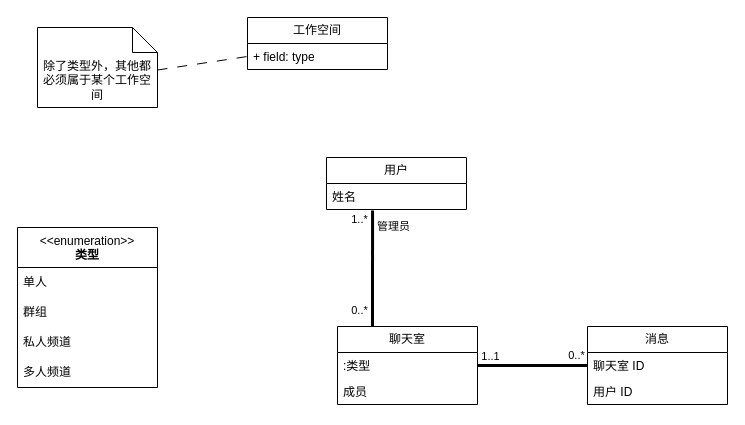
Above: 未命名绘图.drawio in wangxiaochuang/05-chat (draw.io), before the change. Source tidied: cells renumbered, new cells numbered last; positions are measured from the earlier drawing's top-left corner, leaving out a move shared by most shapes. Both pictures are drawn from the tidied source at 100%, with x=0, y=0 at pixel (17, 17).
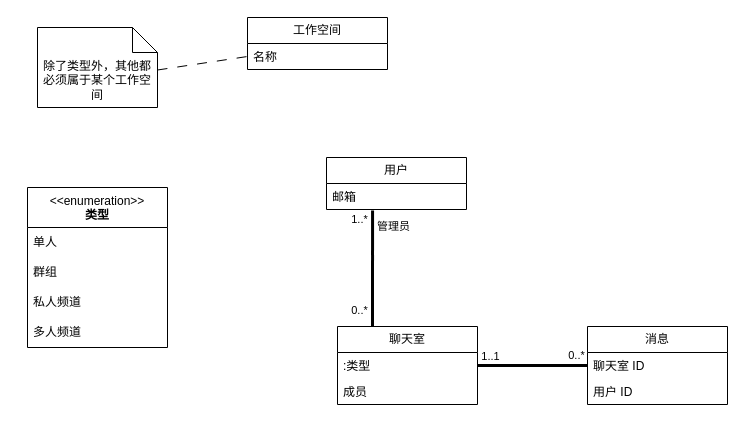
The same page after the edit.

Commit message (it also covers changes not shown here):
更新未命名绘图.drawio

The change refers to these unchanged cells:
```xml
<mxCell id="2" value="工作空间" style="swimlane;fontStyle=0;horizontal=1;startSize=26;fillColor=none;whiteSpace=wrap;html=1;" parent="1" vertex="1">
  <mxGeometry x="230" width="140" height="52" as="geometry" />
</mxCell>
<mxCell id="4" value="用户" style="swimlane;fontStyle=0;horizontal=1;startSize=26;fillColor=none;whiteSpace=wrap;html=1;" parent="1" vertex="1">
  <mxGeometry x="309" y="140" width="140" height="52" as="geometry" />
</mxCell>
```

Change to the diagram source:
```diff
@@
-    <mxCell id="3" value="+ field: type" style="text;strokeColor=none;fillColor=none;align=left;verticalAlign=top;spacingLeft=4;spacingRight=4;overflow=hidden;points=[[0,0.5],[1,0.5]];portConstraint=eastwest;whiteSpace=wrap;html=1;" parent="2" vertex="1">
+    <mxCell id="3" value="名称" style="text;strokeColor=none;fillColor=none;align=left;verticalAlign=top;spacingLeft=4;spacingRight=4;overflow=hidden;points=[[0,0.5],[1,0.5]];portConstraint=eastwest;whiteSpace=wrap;html=1;" parent="2" vertex="1">
       <mxGeometry y="26" width="140" height="26" as="geometry" />
     </mxCell>
@@
-    <mxCell id="5" value="姓名" style="text;strokeColor=none;fillColor=none;align=left;verticalAlign=top;spacingLeft=4;spacingRight=4;overflow=hidden;points=[[0,0.5],[1,0.5]];portConstraint=eastwest;whiteSpace=wrap;html=1;" parent="4" vertex="1">
+    <mxCell id="5" value="邮箱" style="text;strokeColor=none;fillColor=none;align=left;verticalAlign=top;spacingLeft=4;spacingRight=4;overflow=hidden;points=[[0,0.5],[1,0.5]];portConstraint=eastwest;whiteSpace=wrap;html=1;" parent="4" vertex="1">
       <mxGeometry y="26" width="140" height="26" as="geometry" />
     </mxCell>
@@
     <mxCell id="12" value="&amp;lt;&amp;lt;enumeration&amp;gt;&amp;gt;&lt;br&gt;&lt;b&gt;类型&lt;/b&gt;" style="swimlane;fontStyle=0;align=center;verticalAlign=top;horizontal=1;startSize=40;html=1;whiteSpace=wrap;" parent="1" vertex="1">
-      <mxGeometry y="210" width="140" height="160" as="geometry" />
+      <mxGeometry x="10" y="170" width="140" height="160" as="geometry" />
     </mxCell>
```
